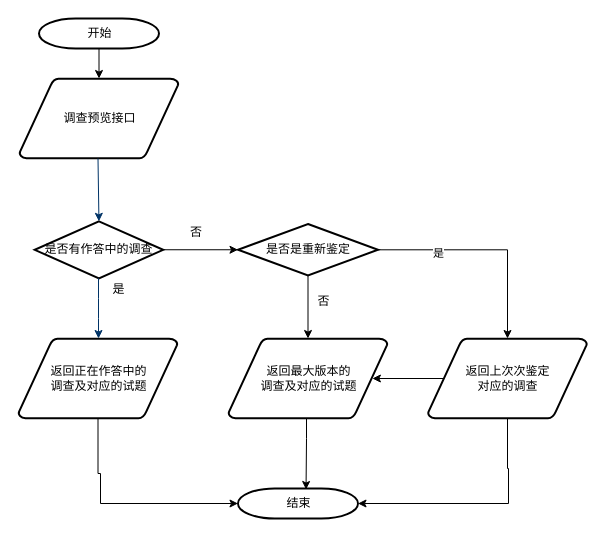
This is 学员端.drawio from flychenming/Book, a draw.io file, before an edit. Source tidied: cells renumbered, new cells numbered last; positions are measured from the earlier drawing's top-left corner, leaving out a move shared by most shapes. Both pictures are drawn from the tidied source at 100%, with x=0, y=0 at pixel (18, 18).
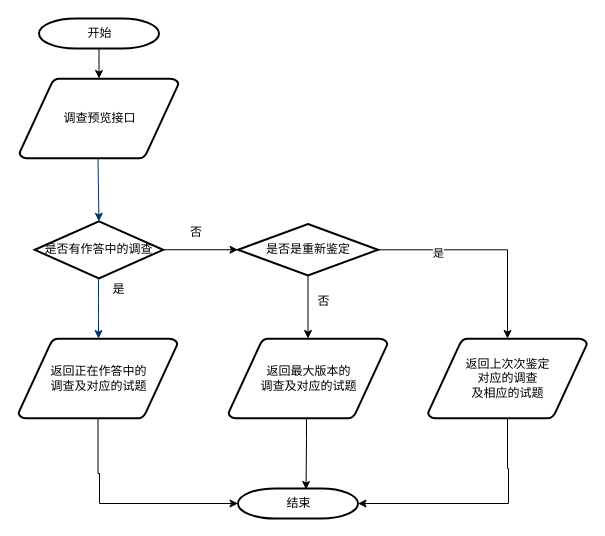
After the change.

Commit message (it also covers changes not shown here):
更新学员端.drawio

Unchanged cells that the change refers to:
```xml
<mxCell id="6" value="返回正在作答中的&lt;br&gt;调查及对应的试题" style="shape=mxgraph.flowchart.data;strokeWidth=2;gradientColor=none;gradientDirection=north;fontStyle=0;html=1;" parent="1" vertex="1">
  <mxGeometry y="320" width="159" height="80" as="geometry" />
</mxCell>
<mxCell id="13" value="结束" style="shape=mxgraph.flowchart.terminator;strokeWidth=2;gradientColor=none;gradientDirection=north;fontStyle=0;html=1;" parent="1" vertex="1">
  <mxGeometry x="219.5" y="470" width="120" height="30" as="geometry" />
</mxCell>
<mxCell id="19" value="返回最大版本的&lt;br&gt;调查及对应的试题" style="shape=mxgraph.flowchart.data;strokeWidth=2;gradientColor=none;gradientDirection=north;fontStyle=0;html=1;" parent="1" vertex="1">
  <mxGeometry x="210" y="320" width="159" height="80" as="geometry" />
</mxCell>
```

What changed in the source:
```diff
@@
     <mxCell id="5" style="edgeStyle=orthogonalEdgeStyle;rounded=0;jettySize=auto;html=1;entryX=0;entryY=0.5;entryDx=0;entryDy=0;entryPerimeter=0;" parent="1" edge="1" source="6" target="13">
       <mxGeometry relative="1" as="geometry">
         <Array as="points">
           <mxPoint x="80" y="455" />
-          <mxPoint x="82" y="455" />
-          <mxPoint x="82" y="485" />
+          <mxPoint x="81" y="455" />
+          <mxPoint x="81" y="485" />
         </Array>
       </mxGeometry>
     </mxCell>
@@
-    <mxCell id="21" style="edgeStyle=orthogonalEdgeStyle;rounded=0;jettySize=auto;html=1;exitX=0.095;exitY=0.5;exitDx=0;exitDy=0;exitPerimeter=0;entryX=0.905;entryY=0.5;entryDx=0;entryDy=0;entryPerimeter=0;" parent="1" edge="1" source="23" target="19">
-      <mxGeometry relative="1" as="geometry" />
-    </mxCell>
@@
-    <mxCell id="23" value="返回上次次鉴定&lt;br&gt;对应的调查" style="shape=mxgraph.flowchart.data;strokeWidth=2;gradientColor=none;gradientDirection=north;fontStyle=0;html=1;" parent="1" vertex="1">
+    <mxCell id="23" value="返回上次次鉴定&lt;br&gt;对应的调查&lt;br&gt;及相应的试题" style="shape=mxgraph.flowchart.data;strokeWidth=2;gradientColor=none;gradientDirection=north;fontStyle=0;html=1;" parent="1" vertex="1">
       <mxGeometry x="409.5" y="320" width="159" height="80" as="geometry" />
     </mxCell>
```
